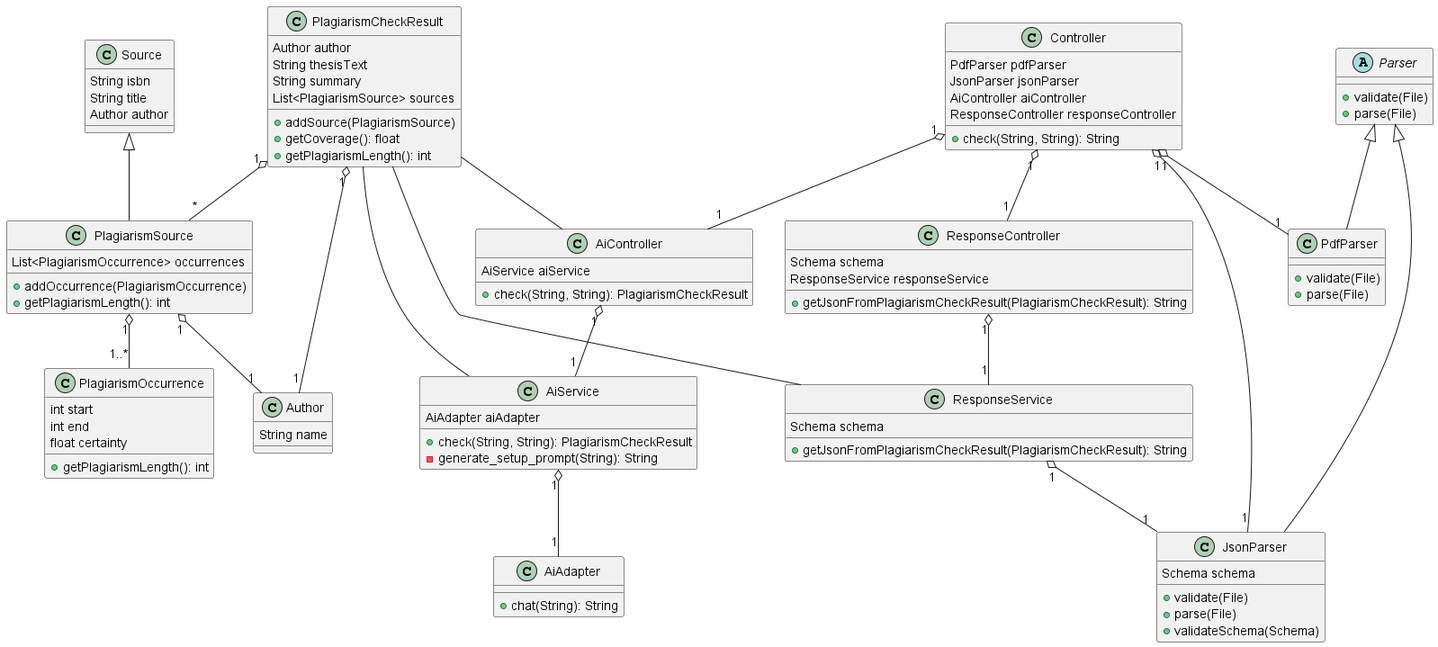
The PlantUML diagram images/diagrams/Klassendiagramm.png in DHBW-FN/ti21-sweng2, before a commit.
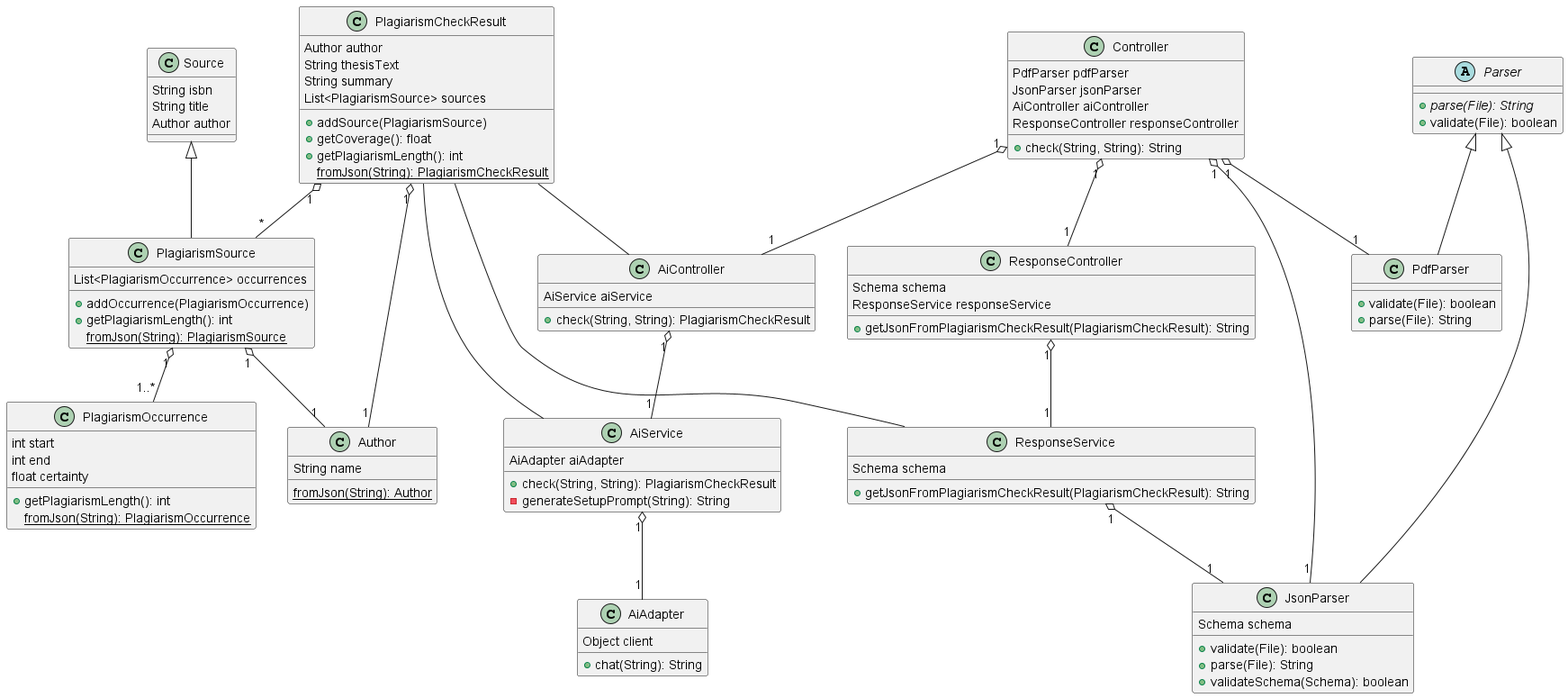
Above is the later version.

Commit message:
fix(diagrams): Apply changes from prototype (#9)

* fix(diagrams): Apply changes from prototype

* fix(layout): Apply various changes

* fix(layout): Apply various changes

* fix(layout): Apply various changes

* fix(layout): Apply various changes

Change to the diagram source:
```diff
@@ -7,12 +7,14 @@
     +addSource(PlagiarismSource)
     +getCoverage(): float
     +getPlagiarismLength(): int
+    {static} fromJson(String): PlagiarismCheckResult
 }
 
 class PlagiarismSource extends Source {
     List<PlagiarismOccurrence> occurrences
     +addOccurrence(PlagiarismOccurrence)
     +getPlagiarismLength(): int
+    {static} fromJson(String): PlagiarismSource
 }
 
 class PlagiarismOccurrence {
@@ -20,10 +22,12 @@
     int end
     float certainty
     +getPlagiarismLength(): int
+    {static} fromJson(String): PlagiarismOccurrence
 }
 
 class Author {
     String name
+    {static} fromJson(String): Author
 }
 
 class Source {
@@ -33,20 +37,20 @@
 }
 
 abstract class Parser {
-    +validate(File)
-    +parse(File)
+    {abstract} +parse(File): String
+    +validate(File): boolean
 }
 
 class PdfParser extends Parser {
-    +validate(File)
-    +parse(File)
+    +validate(File): boolean
+    +parse(File): String
 }
 
 class JsonParser extends Parser {
     Schema schema
-    +validate(File)
-    +parse(File)
-    +validateSchema(Schema)
+    +validate(File): boolean
+    +parse(File): String
+    +validateSchema(Schema): boolean
 }
 
 class Controller {
@@ -65,10 +69,11 @@
 class AiService {
     AiAdapter aiAdapter
     +check(String, String): PlagiarismCheckResult
-    -generate_setup_prompt(String): String
+    -generateSetupPrompt(String): String
 }
 
 class AiAdapter {
+    Object client
     +chat(String): String
 }
 
```
